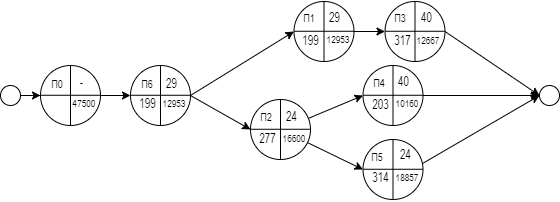
Before: Och/10/img/lab3_3.png, a diagram exported from draw.io (meesery/PAS). Source tidied: cells renumbered, new cells last; positions are measured from the earlier drawing's top-left corner, leaving out a move shared by most shapes.
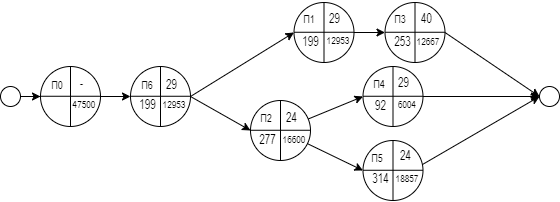
After the commit.

The edit, as a diff of the source:
```diff
@@ -127,7 +127,7 @@
     <mxCell id="36" value="&lt;p&gt;&lt;font face=&quot;Arial Narrow&quot; style=&quot;font-size: 11px;&quot;&gt;П4&lt;/font&gt;&lt;/p&gt;" style="text;html=1;strokeColor=none;fillColor=none;align=center;verticalAlign=middle;whiteSpace=wrap;rounded=0;" parent="1" vertex="1">
       <mxGeometry x="348.5" y="67" width="60" height="30" as="geometry" />
     </mxCell>
-    <mxCell id="37" value="&lt;p&gt;&lt;font face=&quot;Arial Narrow&quot; style=&quot;font-size: 10px;&quot;&gt;10160&lt;/font&gt;&lt;/p&gt;" style="text;html=1;strokeColor=none;fillColor=none;align=center;verticalAlign=middle;whiteSpace=wrap;rounded=0;" parent="1" vertex="1">
+    <mxCell id="37" value="&lt;p&gt;&lt;font face=&quot;Arial Narrow&quot; style=&quot;font-size: 10px;&quot;&gt;6004&lt;/font&gt;&lt;/p&gt;" style="text;html=1;strokeColor=none;fillColor=none;align=center;verticalAlign=middle;whiteSpace=wrap;rounded=0;" parent="1" vertex="1">
       <mxGeometry x="386.5" y="92" width="40" height="20" as="geometry" />
     </mxCell>
     <mxCell id="38" style="rounded=0;jettySize=auto;html=1;exitX=1;exitY=0.5;exitDx=0;exitDy=0;entryX=0;entryY=0.5;entryDx=0;entryDy=0;" parent="1" edge="1" source="8" target="28">
@@ -187,16 +187,16 @@
     <mxCell id="55" value="277" style="text;html=1;align=center;verticalAlign=middle;whiteSpace=wrap;rounded=0;fontFamily=arial narrow;" parent="1" vertex="1">
       <mxGeometry x="256" y="124" width="23" height="28" as="geometry" />
     </mxCell>
-    <mxCell id="56" value="40" style="text;html=1;align=center;verticalAlign=middle;whiteSpace=wrap;rounded=0;fontFamily=arial narrow;" parent="1" vertex="1">
+    <mxCell id="56" value="29" style="text;html=1;align=center;verticalAlign=middle;whiteSpace=wrap;rounded=0;fontFamily=arial narrow;" parent="1" vertex="1">
       <mxGeometry x="392" y="67" width="23" height="28" as="geometry" />
     </mxCell>
-    <mxCell id="57" value="203" style="text;html=1;align=center;verticalAlign=middle;whiteSpace=wrap;rounded=0;fontFamily=arial narrow;" parent="1" vertex="1">
+    <mxCell id="57" value="92" style="text;html=1;align=center;verticalAlign=middle;whiteSpace=wrap;rounded=0;fontFamily=arial narrow;" parent="1" vertex="1">
       <mxGeometry x="369" y="90" width="23" height="28" as="geometry" />
     </mxCell>
     <mxCell id="58" value="40" style="text;html=1;align=center;verticalAlign=middle;whiteSpace=wrap;rounded=0;fontFamily=arial narrow;" parent="1" vertex="1">
       <mxGeometry x="415" y="3" width="23" height="28" as="geometry" />
     </mxCell>
-    <mxCell id="59" value="317" style="text;html=1;align=center;verticalAlign=middle;whiteSpace=wrap;rounded=0;fontFamily=arial narrow;" parent="1" vertex="1">
+    <mxCell id="59" value="253" style="text;html=1;align=center;verticalAlign=middle;whiteSpace=wrap;rounded=0;fontFamily=arial narrow;" parent="1" vertex="1">
       <mxGeometry x="391" y="26" width="23" height="28" as="geometry" />
     </mxCell>
     <mxCell id="60" value="24" style="text;html=1;align=center;verticalAlign=middle;whiteSpace=wrap;rounded=0;fontFamily=arial narrow;" parent="1" vertex="1">
```
